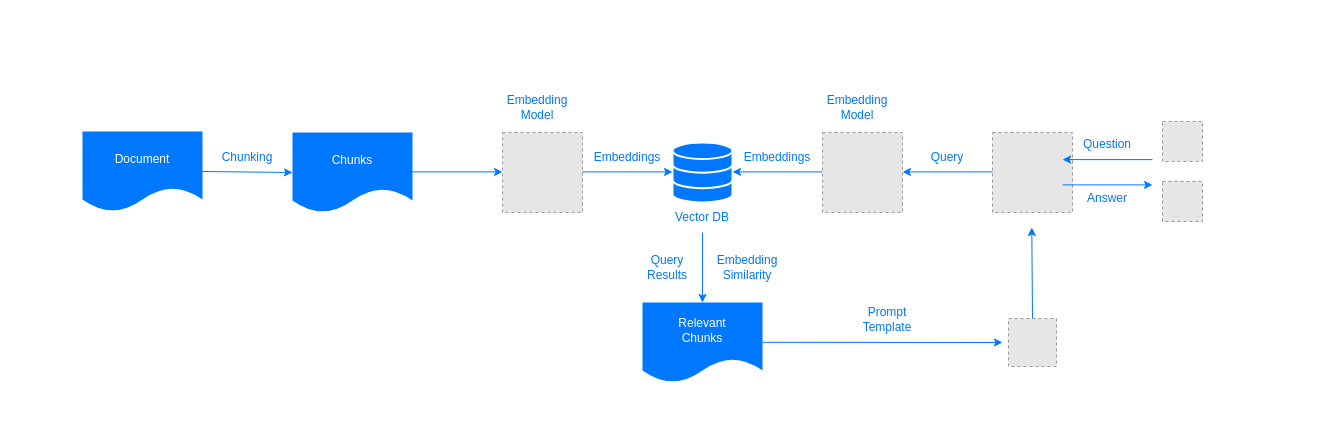
Earlier version of the draw.io diagram diagram.drawio (ai-flowx/vecx). Source tidied: cells renumbered, new cells numbered last; positions are measured from the earlier drawing's top-left corner, leaving out a move shared by most shapes. Both pictures are drawn from the tidied source at 100%, with x=0, y=0 at pixel (17, 17). Pictures stored in the file or linked from it are replaced by grey dashed boxes.
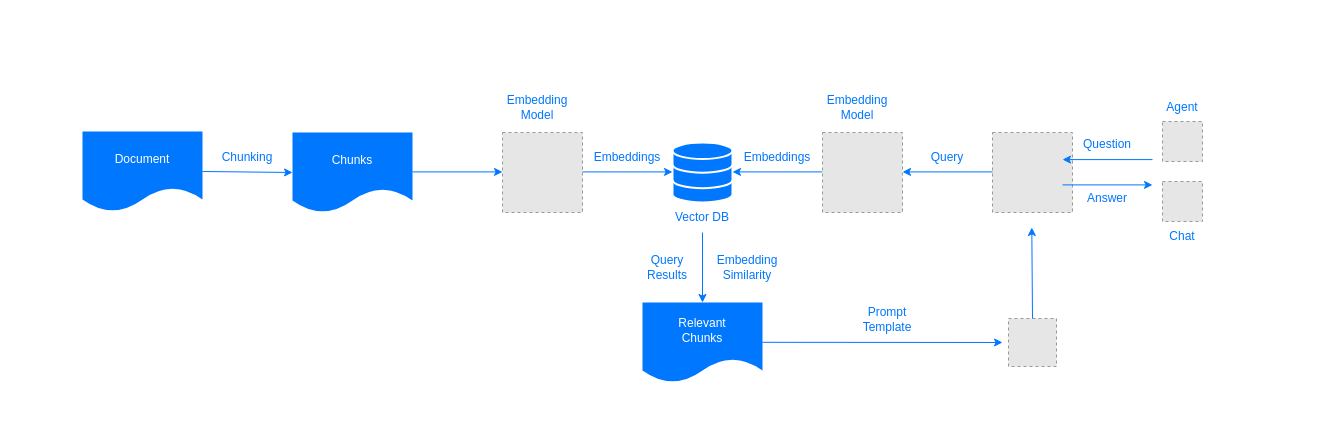
The same page after the edit.

The edit, as a diff of the source:
```diff
@@
+    <mxCell id="35" value="Agent" style="text;html=1;strokeColor=none;fillColor=none;align=center;verticalAlign=middle;whiteSpace=wrap;rounded=0;fontColor=#0077FF;" parent="1" vertex="1">
+      <mxGeometry x="1130" y="75" width="70" height="30" as="geometry" />
+    </mxCell>
+    <mxCell id="36" value="Chat" style="text;html=1;strokeColor=none;fillColor=none;align=center;verticalAlign=middle;whiteSpace=wrap;rounded=0;fontColor=#0077FF;" parent="1" vertex="1">
+      <mxGeometry x="1130" y="204" width="70" height="30" as="geometry" />
+    </mxCell>
```
